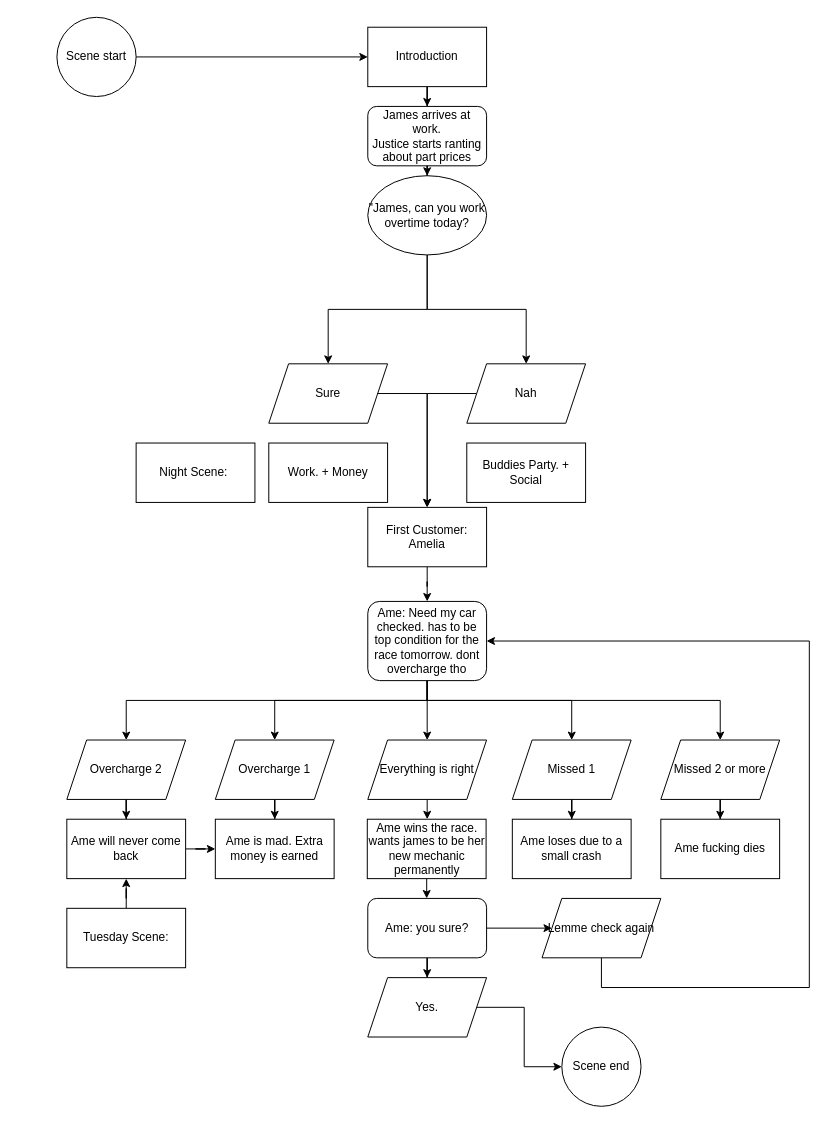
OliLeisingeHFU/VN-Leisinger keeps this draw.io diagram as page "Day 1 Morning" (1 of 5) of Motor City Mechanic/Concept/MCM.drawio. Above is the earlier version. Source tidied: cells renumbered, new cells numbered last; positions are measured from the earlier drawing's top-left corner, leaving out a move shared by most shapes. Both pictures are drawn from the tidied source at 99%, with x=0, y=0 at pixel (56, 17).
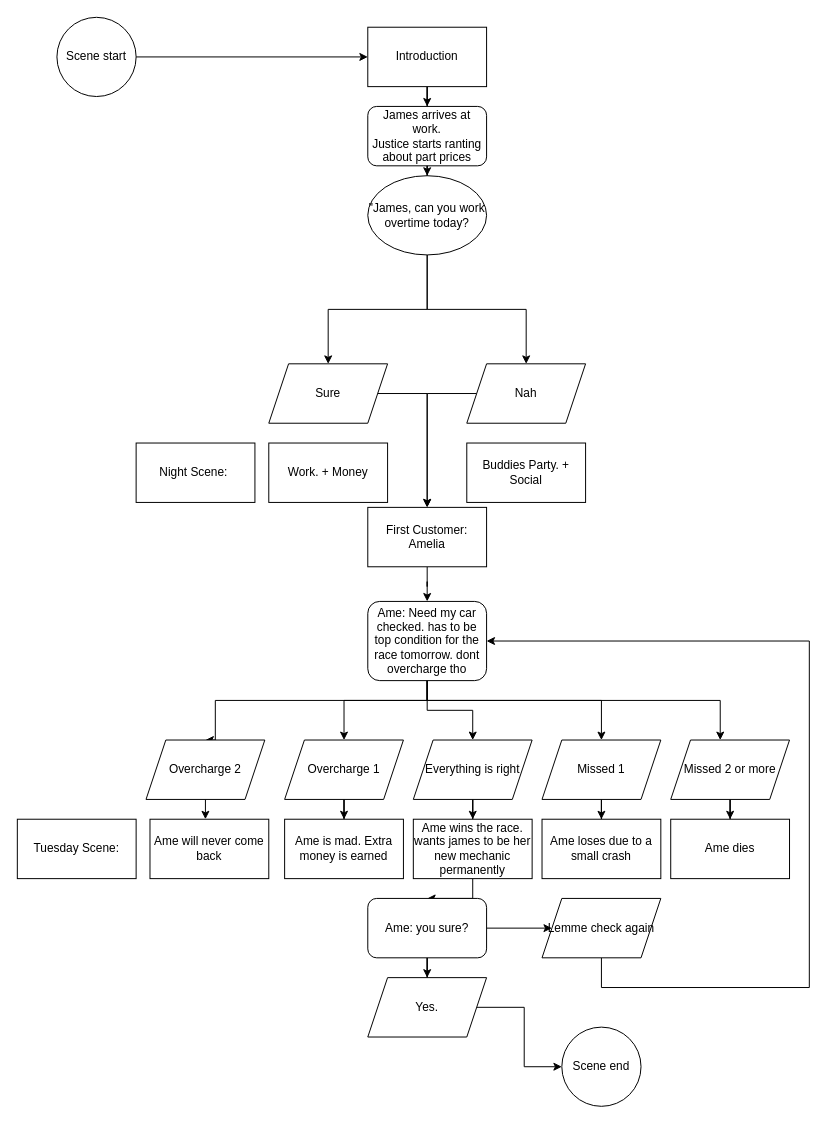
The same diagram, later.

Unchanged cells that the change refers to:
```xml
<mxCell id="22" value="Ame: Need my car checked. has to be top condition for the race tomorrow. dont overcharge tho" style="rounded=1;whiteSpace=wrap;html=1;" parent="1" vertex="1">
  <mxGeometry x="314" y="590" width="120" height="80" as="geometry" />
</mxCell>
```

What changed in the source:
```diff
@@
     <mxCell id="18" style="edgeStyle=orthogonalEdgeStyle;rounded=0;jettySize=auto;html=1;" parent="1" edge="1" source="22" target="24">
       <mxGeometry relative="1" as="geometry">
         <Array as="points">
           <mxPoint x="374" y="690" />
-          <mxPoint x="220" y="690" />
+          <mxPoint x="290" y="690" />
         </Array>
       </mxGeometry>
     </mxCell>
-    <mxCell id="19" style="edgeStyle=orthogonalEdgeStyle;rounded=0;jettySize=auto;html=1;" parent="1" edge="1" source="22" target="28">
+    <mxCell id="19" style="edgeStyle=orthogonalEdgeStyle;rounded=0;jettySize=auto;html=1;entryX=0.5;entryY=0;entryDx=0;entryDy=0;" parent="1" edge="1" source="22" target="28">
       <mxGeometry relative="1" as="geometry">
         <Array as="points">
           <mxPoint x="374" y="690" />
-          <mxPoint x="70" y="690" />
+          <mxPoint x="160" y="690" />
+          <mxPoint x="160" y="730" />
         </Array>
       </mxGeometry>
     </mxCell>
     <mxCell id="20" style="edgeStyle=orthogonalEdgeStyle;rounded=0;jettySize=auto;html=1;entryX=0.5;entryY=0;entryDx=0;entryDy=0;" parent="1" edge="1" source="22" target="30">
       <mxGeometry relative="1" as="geometry">
         <Array as="points">
           <mxPoint x="374" y="690" />
-          <mxPoint x="520" y="690" />
+          <mxPoint x="550" y="690" />
         </Array>
       </mxGeometry>
     </mxCell>
@@
     <mxCell id="24" value="Overcharge 1" style="shape=parallelogram;perimeter=parallelogramPerimeter;whiteSpace=wrap;html=1;fixedSize=1;" parent="1" vertex="1">
-      <mxGeometry x="160" y="730" width="120" height="60" as="geometry" />
+      <mxGeometry x="230" y="730" width="120" height="60" as="geometry" />
     </mxCell>
@@
     <mxCell id="26" value="Everything is right" style="shape=parallelogram;perimeter=parallelogramPerimeter;whiteSpace=wrap;html=1;fixedSize=1;" parent="1" vertex="1">
-      <mxGeometry x="314" y="730" width="120" height="60" as="geometry" />
+      <mxGeometry x="360" y="730" width="120" height="60" as="geometry" />
     </mxCell>
     <mxCell id="27" style="edgeStyle=orthogonalEdgeStyle;rounded=0;jettySize=auto;html=1;" parent="1" edge="1" source="28" target="35">
-      <mxGeometry relative="1" as="geometry" />
+      <mxGeometry relative="1" as="geometry">
+        <Array as="points">
+          <mxPoint x="154" y="810" />
+          <mxPoint x="154" y="810" />
+        </Array>
+      </mxGeometry>
     </mxCell>
     <mxCell id="28" value="Overcharge 2" style="shape=parallelogram;perimeter=parallelogramPerimeter;whiteSpace=wrap;html=1;fixedSize=1;" parent="1" vertex="1">
-      <mxGeometry x="10" y="730" width="120" height="60" as="geometry" />
+      <mxGeometry x="90" y="730" width="120" height="60" as="geometry" />
     </mxCell>
@@
     <mxCell id="30" value="Missed 1" style="shape=parallelogram;perimeter=parallelogramPerimeter;whiteSpace=wrap;html=1;fixedSize=1;" parent="1" vertex="1">
-      <mxGeometry x="460" y="730" width="120" height="60" as="geometry" />
+      <mxGeometry x="490" y="730" width="120" height="60" as="geometry" />
     </mxCell>
@@
     <mxCell id="32" value="Missed 2 or more" style="shape=parallelogram;perimeter=parallelogramPerimeter;whiteSpace=wrap;html=1;fixedSize=1;" parent="1" vertex="1">
-      <mxGeometry x="610" y="730" width="120" height="60" as="geometry" />
+      <mxGeometry x="620" y="730" width="120" height="60" as="geometry" />
     </mxCell>
     <mxCell id="33" value="Ame is mad. Extra money is earned" style="rounded=0;whiteSpace=wrap;html=1;" parent="1" vertex="1">
-      <mxGeometry x="160" y="810" width="120" height="60" as="geometry" />
+      <mxGeometry x="230" y="810" width="120" height="60" as="geometry" />
     </mxCell>
-    <mxCell id="34" style="edgeStyle=orthogonalEdgeStyle;rounded=0;jettySize=auto;html=1;" parent="1" edge="1" source="35" target="33">
-      <mxGeometry relative="1" as="geometry" />
-    </mxCell>
     <mxCell id="35" value="Ame will never come back" style="rounded=0;whiteSpace=wrap;html=1;" parent="1" vertex="1">
-      <mxGeometry x="10" y="810" width="120" height="60" as="geometry" />
+      <mxGeometry x="94" y="810" width="120" height="60" as="geometry" />
     </mxCell>
@@
     <mxCell id="37" value="Ame wins the race. wants james to be her new mechanic permanently" style="rounded=0;whiteSpace=wrap;html=1;" parent="1" vertex="1">
-      <mxGeometry x="313.5" y="810" width="120" height="60" as="geometry" />
+      <mxGeometry x="360" y="810" width="120" height="60" as="geometry" />
     </mxCell>
     <mxCell id="38" value="Ame loses due to a small crash" style="rounded=0;whiteSpace=wrap;html=1;" parent="1" vertex="1">
-      <mxGeometry x="460" y="810" width="120" height="60" as="geometry" />
+      <mxGeometry x="490" y="810" width="120" height="60" as="geometry" />
     </mxCell>
-    <mxCell id="39" value="Ame fucking dies" style="rounded=0;whiteSpace=wrap;html=1;" parent="1" vertex="1">
-      <mxGeometry x="610" y="810" width="120" height="60" as="geometry" />
+    <mxCell id="39" value="Ame dies" style="rounded=0;whiteSpace=wrap;html=1;" parent="1" vertex="1">
+      <mxGeometry x="620" y="810" width="120" height="60" as="geometry" />
     </mxCell>
@@
-    <mxCell id="47" style="edgeStyle=orthogonalEdgeStyle;rounded=0;jettySize=auto;html=1;" parent="1" edge="1" source="48" target="35">
-      <mxGeometry relative="1" as="geometry" />
-    </mxCell>
     <mxCell id="48" value="Tuesday Scene:" style="rounded=0;whiteSpace=wrap;html=1;" parent="1" vertex="1">
-      <mxGeometry x="10" y="900" width="120" height="60" as="geometry" />
+      <mxGeometry x="-40" y="810" width="120" height="60" as="geometry" />
     </mxCell>
```
